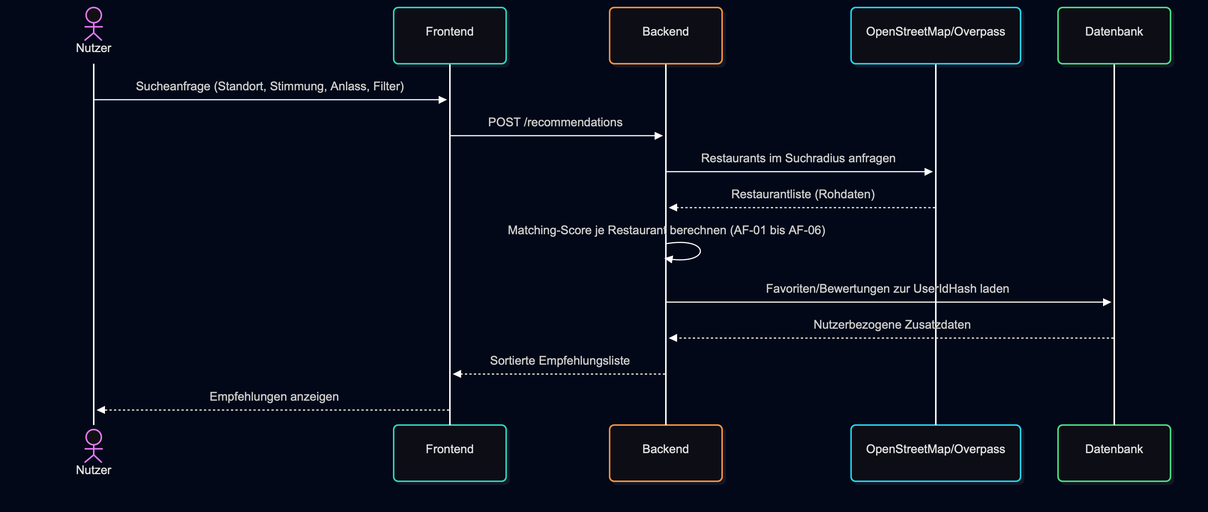
ahil-trq/thm_wk-1106_food-mood keeps this Mermaid diagram as docs/arch/diagrams-png/runtime-recommendation.png. Above is the earlier version. Its source is kept beside it as docs/arch/diagrams/runtime-recommendation.mmd. Its diagram source:
```mermaid
sequenceDiagram
    actor Nutzer
    participant Frontend
    participant Backend
    participant Places as Geoapify Places
    participant OSM as Overpass Fallback
    participant DB as Datenbank

    Nutzer->>Frontend: Sucheanfrage (Standort, Stimmung, Anlass, Filter)
    Frontend->>Backend: POST /api/v1/recommendations
    Backend->>Places: Places-Adapter: Restaurants im Suchradius anfragen
    Places-->>Backend: Restaurantliste (GeoJSON)
    opt Geoapify nicht verfügbar
        Backend->>OSM: Fallback-Abfrage über Overpass
        OSM-->>Backend: Restaurantliste (OSM-Rohdaten)
    end
    Backend->>Backend: Filter anwenden und positionsbasierten Score vergeben
    Backend->>DB: Favoriten/Bewertungen zur UserIdHash laden
    DB-->>Backend: Nutzerbezogene Zusatzdaten
    Backend-->>Frontend: Sortierte Empfehlungsliste
    Frontend-->>Nutzer: Empfehlungen anzeigen
```
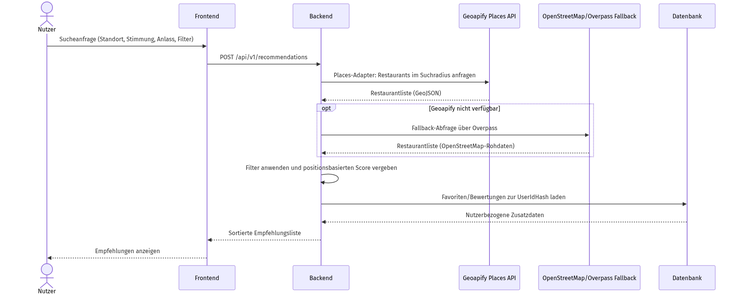
After the change.

Diff of the diagram source:
```diff
@@ -2,8 +2,8 @@
     actor Nutzer
     participant Frontend
     participant Backend
-    participant Places as Geoapify Places
-    participant OSM as Overpass Fallback
+    participant Places as Geoapify Places API
+    participant OSM as OpenStreetMap/Overpass Fallback
     participant DB as Datenbank
 
     Nutzer->>Frontend: Sucheanfrage (Standort, Stimmung, Anlass, Filter)
@@ -12,7 +12,7 @@
     Places-->>Backend: Restaurantliste (GeoJSON)
     opt Geoapify nicht verfügbar
         Backend->>OSM: Fallback-Abfrage über Overpass
-        OSM-->>Backend: Restaurantliste (OSM-Rohdaten)
+        OSM-->>Backend: Restaurantliste (OpenStreetMap-Rohdaten)
     end
     Backend->>Backend: Filter anwenden und positionsbasierten Score vergeben
     Backend->>DB: Favoriten/Bewertungen zur UserIdHash laden
```
